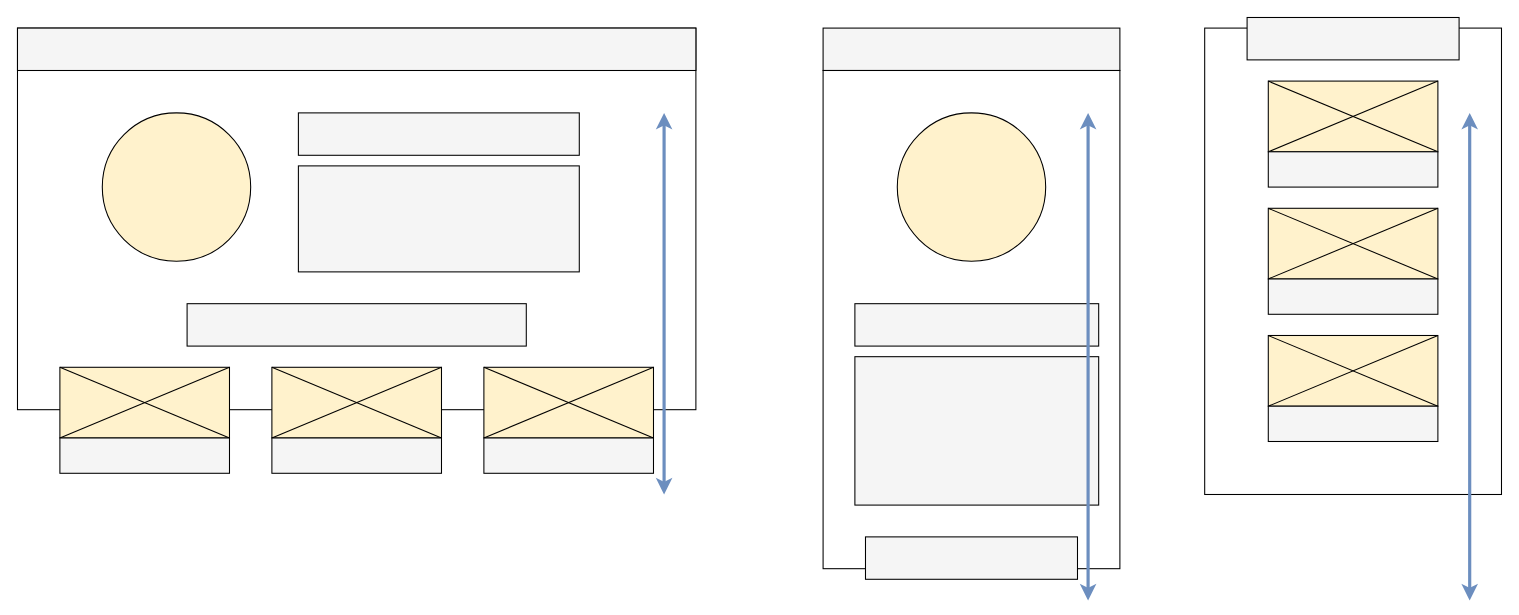
Earlier version of the draw.io diagram page "Home" (1 of 4) of design/Wireframes.drawio (eeoooue/portfolio). Source tidied: cells renumbered, new cells numbered last; positions are measured from the earlier drawing's top-left corner, leaving out a move shared by most shapes. Both pictures are drawn from the tidied source at 106%, with x=0, y=0 at pixel (17, 17).
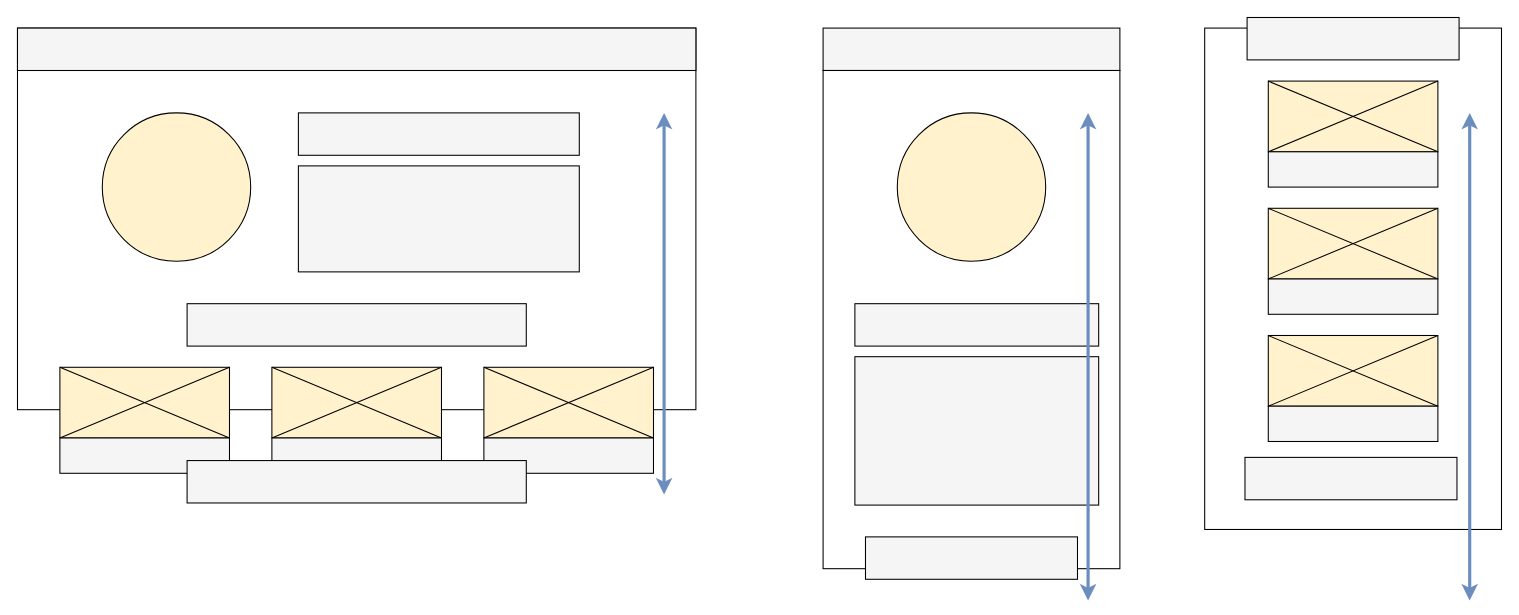
Above is the later version.

What changed in the source:
```diff
@@
     <mxCell id="32" style="rounded=0;whiteSpace=wrap;html=1;" parent="1" vertex="1">
-      <mxGeometry x="1120" y="10" width="280" height="440" as="geometry" />
+      <mxGeometry x="1120" y="10" width="280" height="473" as="geometry" />
     </mxCell>
@@
+    <mxCell id="55" style="rounded=0;whiteSpace=wrap;html=1;fillColor=#f5f5f5;fontColor=#333333;strokeColor=default;" parent="1" vertex="1">
+      <mxGeometry x="160" y="418" width="320" height="40" as="geometry" />
+    </mxCell>
+    <mxCell id="56" style="rounded=0;whiteSpace=wrap;html=1;fillColor=#f5f5f5;fontColor=#333333;strokeColor=default;" parent="1" vertex="1">
+      <mxGeometry x="1158" y="415" width="200" height="40" as="geometry" />
+    </mxCell>
```
